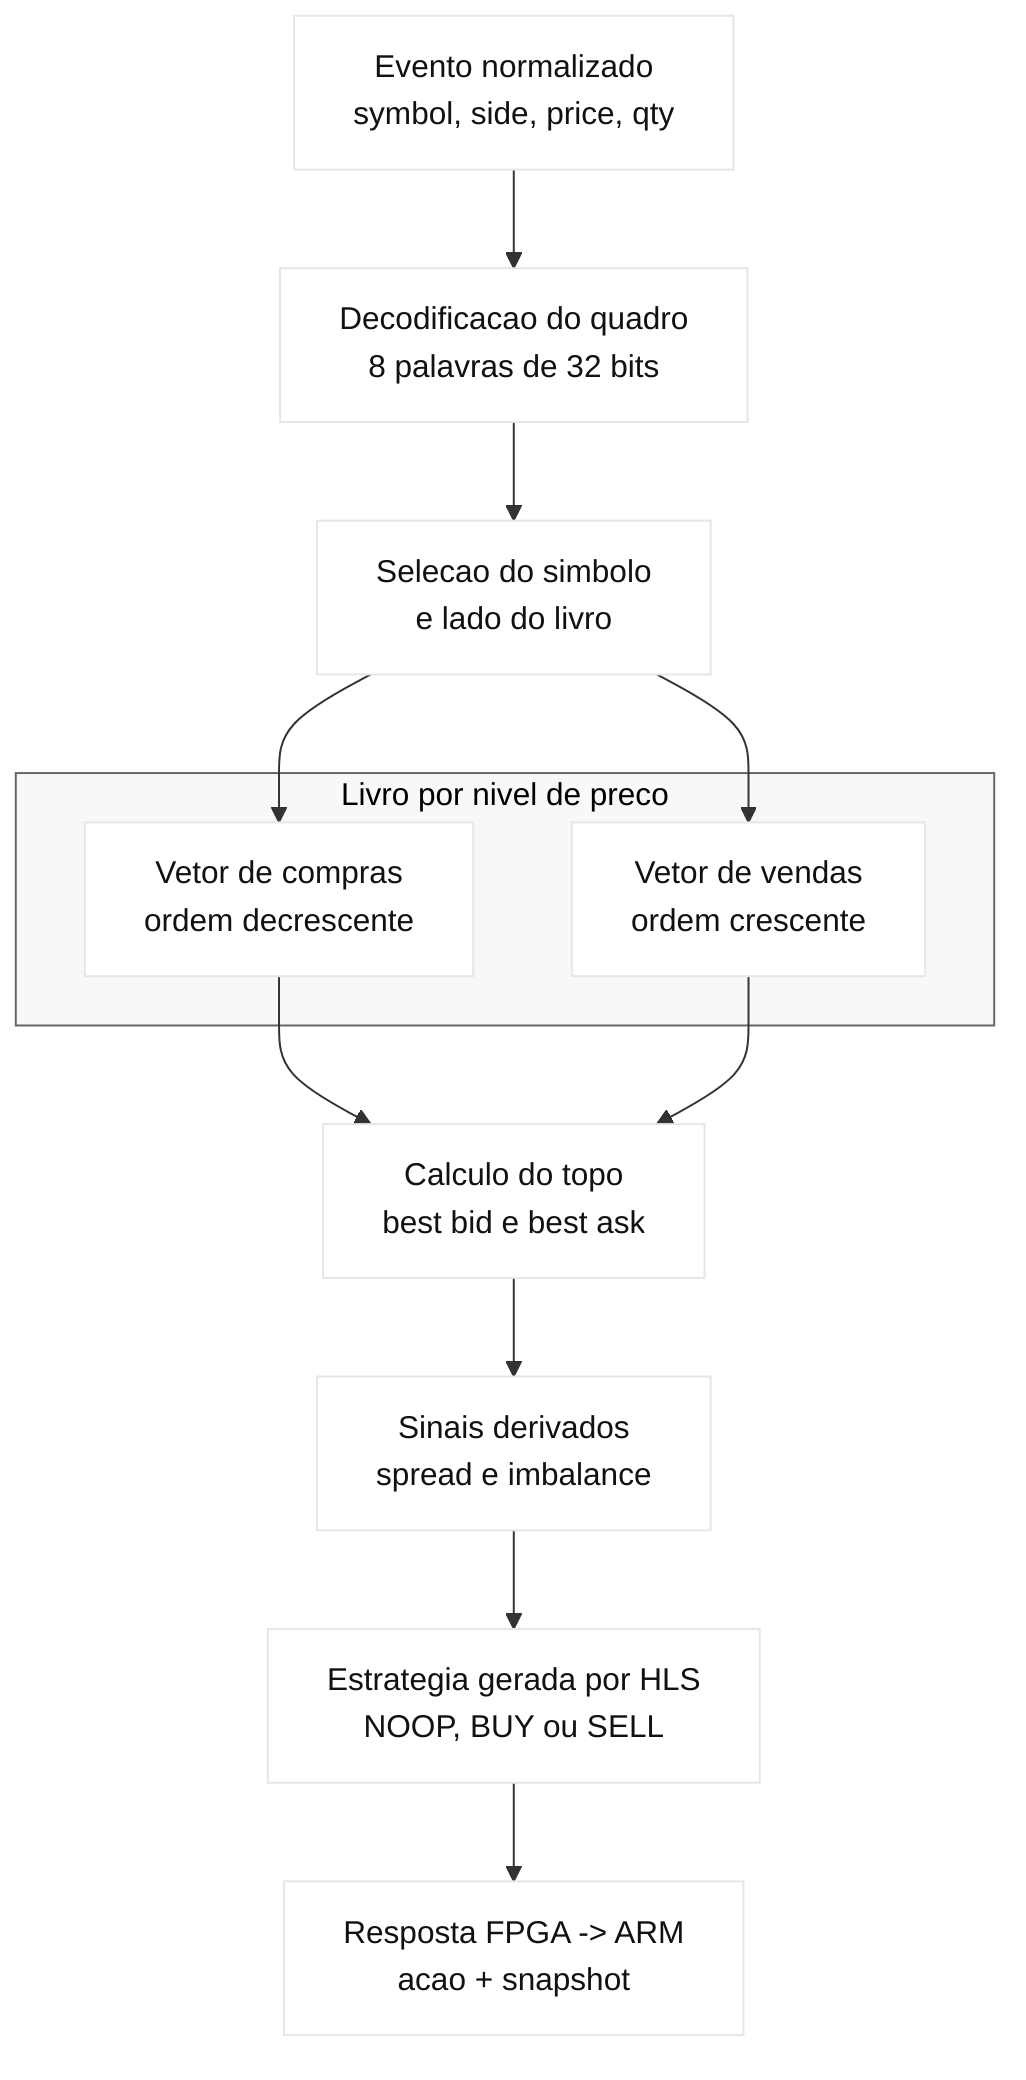
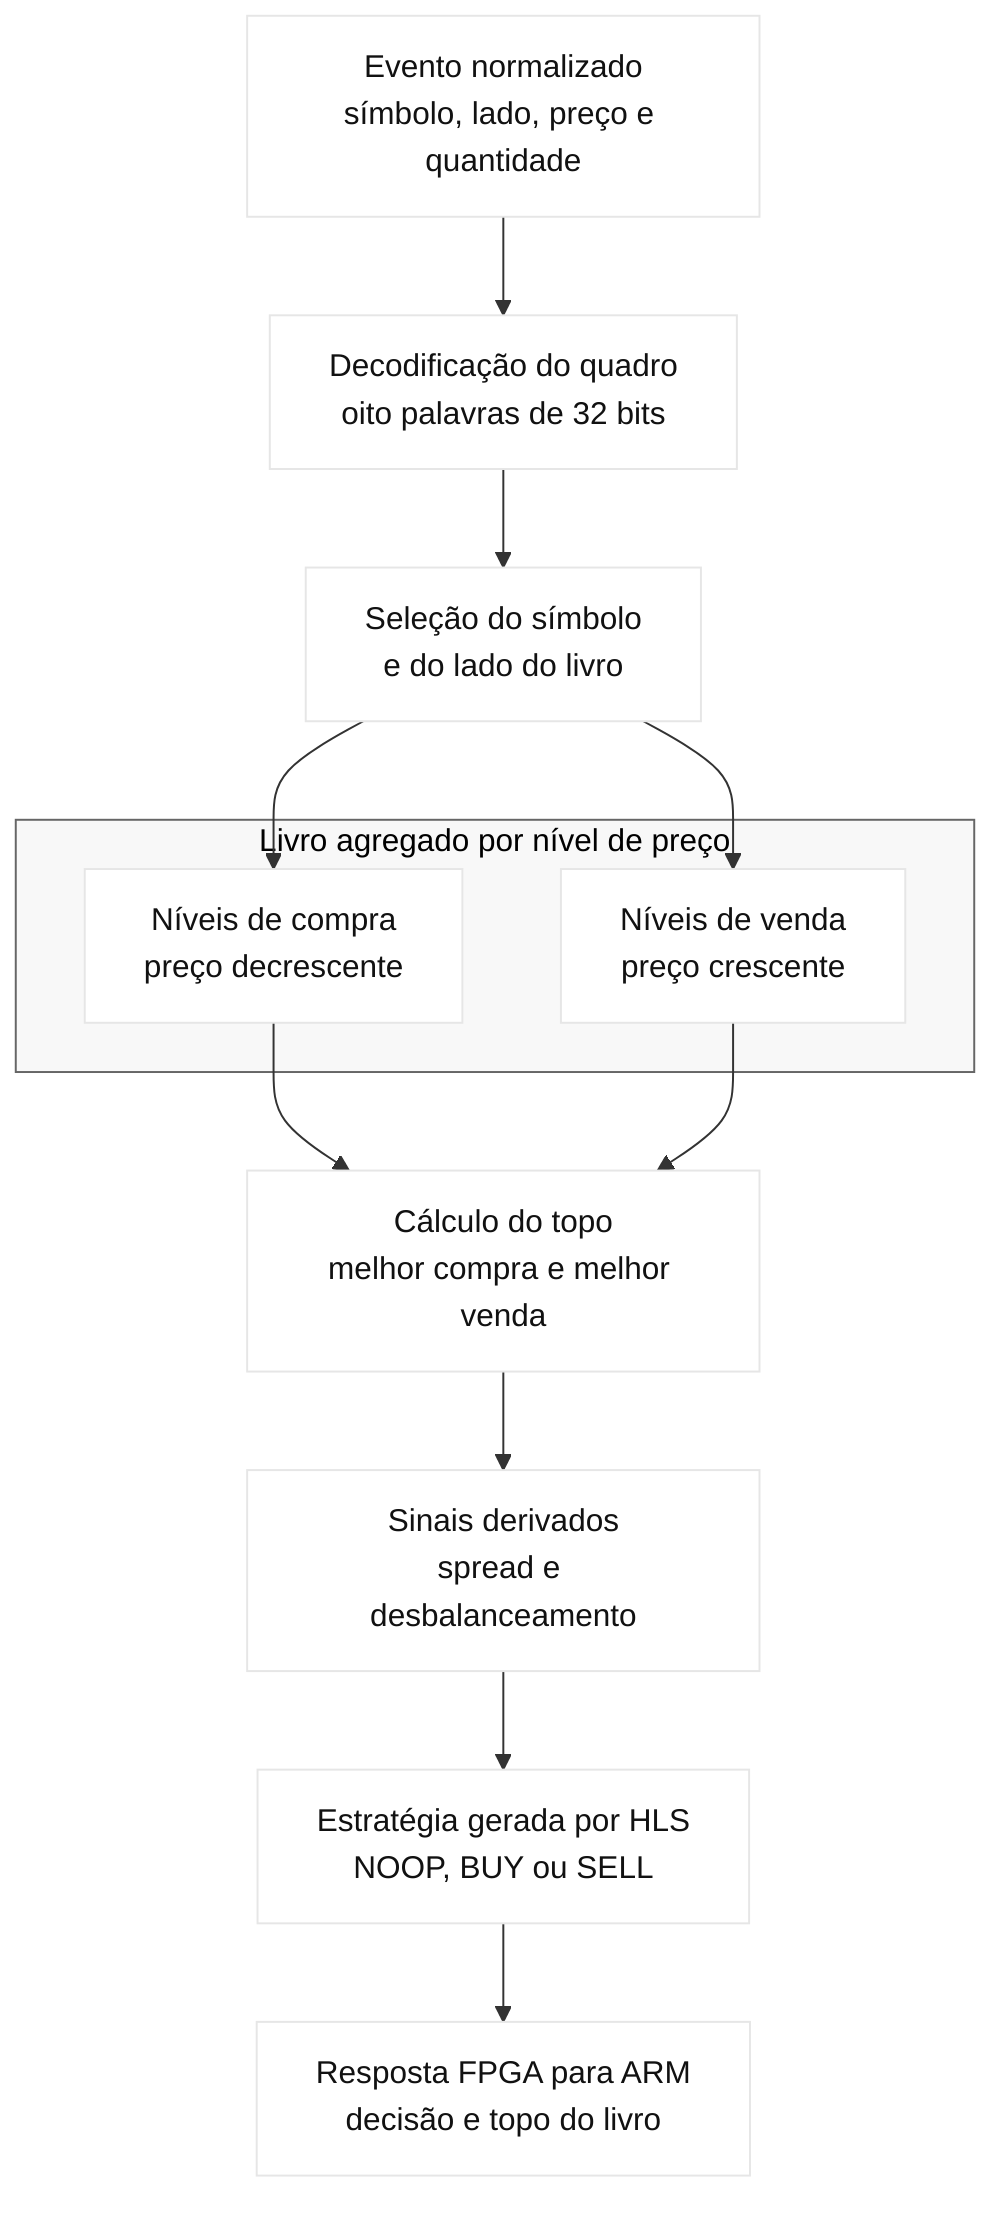
%%{init: {"theme": "base", "flowchart": {"htmlLabels": false}, "themeVariables": {"fontFamily": "Arial", "primaryColor": "#ffffff", "primaryTextColor": "#111111", "lineColor": "#333333", "clusterBkg": "#f8f8f8", "clusterBorder": "#666666"}}}%%
flowchart TB
-     Event["Evento normalizado<br/>symbol, side, price, qty"]
-     Decode["Decodificacao do quadro<br/>8 palavras de 32 bits"]
-     Select["Selecao do simbolo<br/>e lado do livro"]
+     Event["Evento normalizado<br/>símbolo, lado, preço e quantidade"]
+     Decode["Decodificação do quadro<br/>oito palavras de 32 bits"]
+     Select["Seleção do símbolo<br/>e do lado do livro"]

-     subgraph Book["Livro por nivel de preco"]
-         Bid["Vetor de compras<br/>ordem decrescente"]
-         Ask["Vetor de vendas<br/>ordem crescente"]
+     subgraph Book["Livro agregado por nível de preço"]
+         Bid["Níveis de compra<br/>preço decrescente"]
+         Ask["Níveis de venda<br/>preço crescente"]
    end

-     Top["Calculo do topo<br/>best bid e best ask"]
-     Signals["Sinais derivados<br/>spread e imbalance"]
-     Strategy["Estrategia gerada por HLS<br/>NOOP, BUY ou SELL"]
-     Response["Resposta FPGA -> ARM<br/>acao + snapshot"]
+     Top["Cálculo do topo<br/>melhor compra e melhor venda"]
+     Signals["Sinais derivados<br/>spread e desbalanceamento"]
+     Strategy["Estratégia gerada por HLS<br/>NOOP, BUY ou SELL"]
+     Response["Resposta FPGA para ARM<br/>decisão e topo do livro"]

    Event --> Decode
    Decode --> Select
    Select --> Bid
    Select --> Ask
    Bid --> Top
    Ask --> Top
    Top --> Signals
    Signals --> Strategy
    Strategy --> Response
